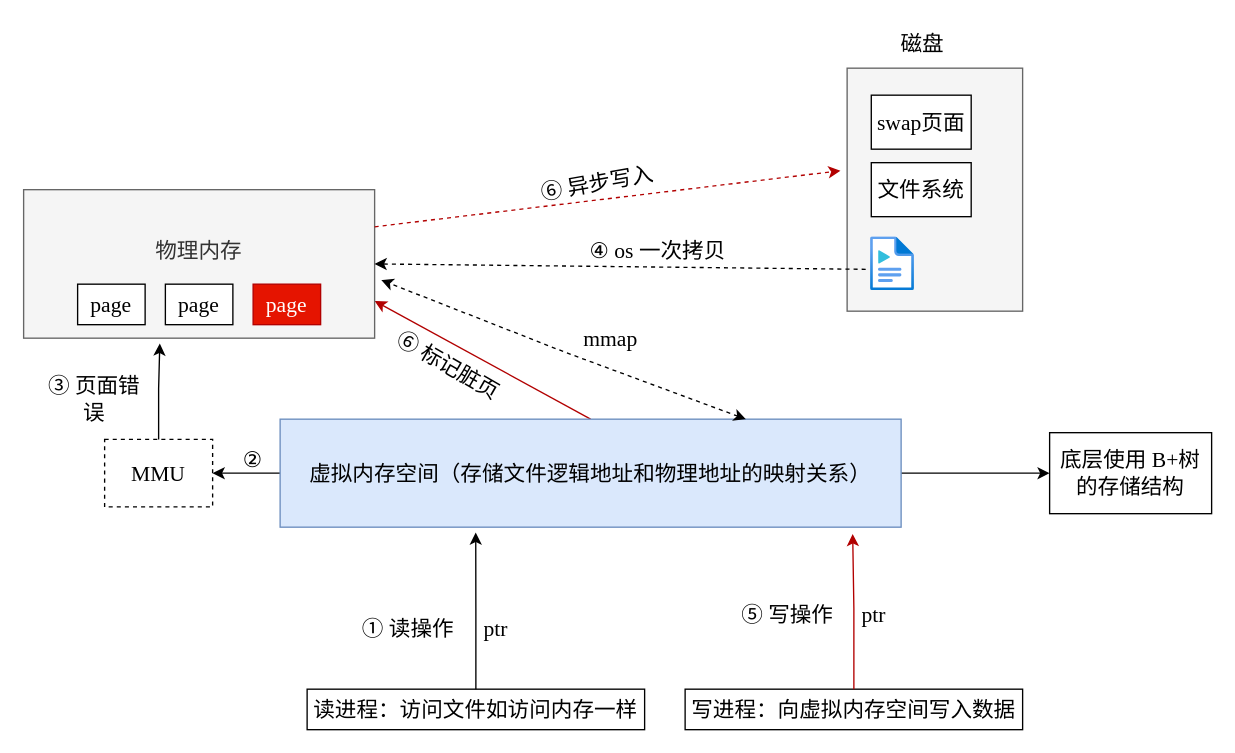
Before: page "LMDB的mmap" (2 of 4) of LMDB.drawio in chuchugao2/graph, a draw.io diagram. Source tidied: cells renumbered, new cells numbered last; positions are measured from the earlier drawing's top-left corner, leaving out a move shared by most shapes. Both pictures are drawn from the tidied source at 135%, with x=0, y=0 at pixel (23, 23).
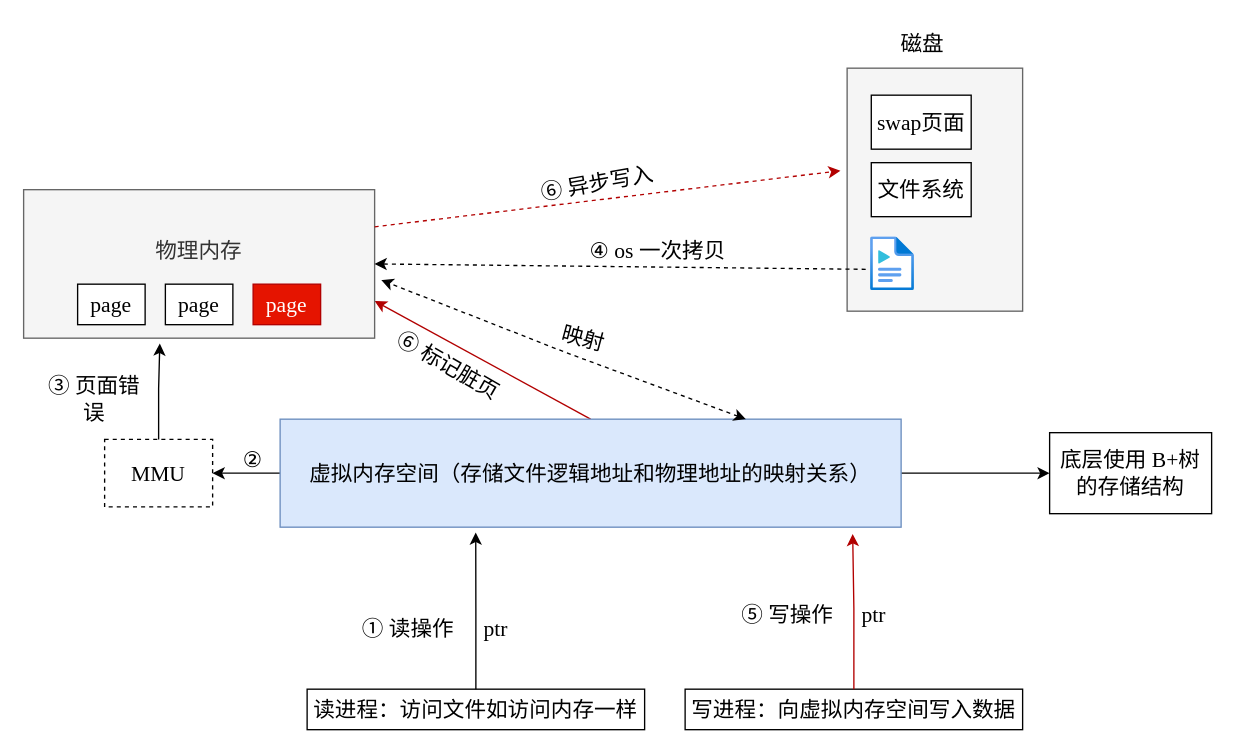
The same diagram, later.

The edit, as a diff of the source:
```diff
@@
-    <mxCell id="31" value="mmap" style="text;html=1;strokeColor=none;fillColor=none;align=center;verticalAlign=middle;whiteSpace=wrap;rounded=0;fontFamily=Times New Roman;fontSize=16;" parent="1" vertex="1">
-      <mxGeometry x="370" y="213" width="130" height="40" as="geometry" />
+    <mxCell id="31" value="映射" style="text;html=1;strokeColor=none;fillColor=none;align=center;verticalAlign=middle;whiteSpace=wrap;rounded=0;fontFamily=Times New Roman;fontSize=16;rotation=15;" parent="1" vertex="1">
+      <mxGeometry x="350" y="213" width="130" height="40" as="geometry" />
     </mxCell>
```
